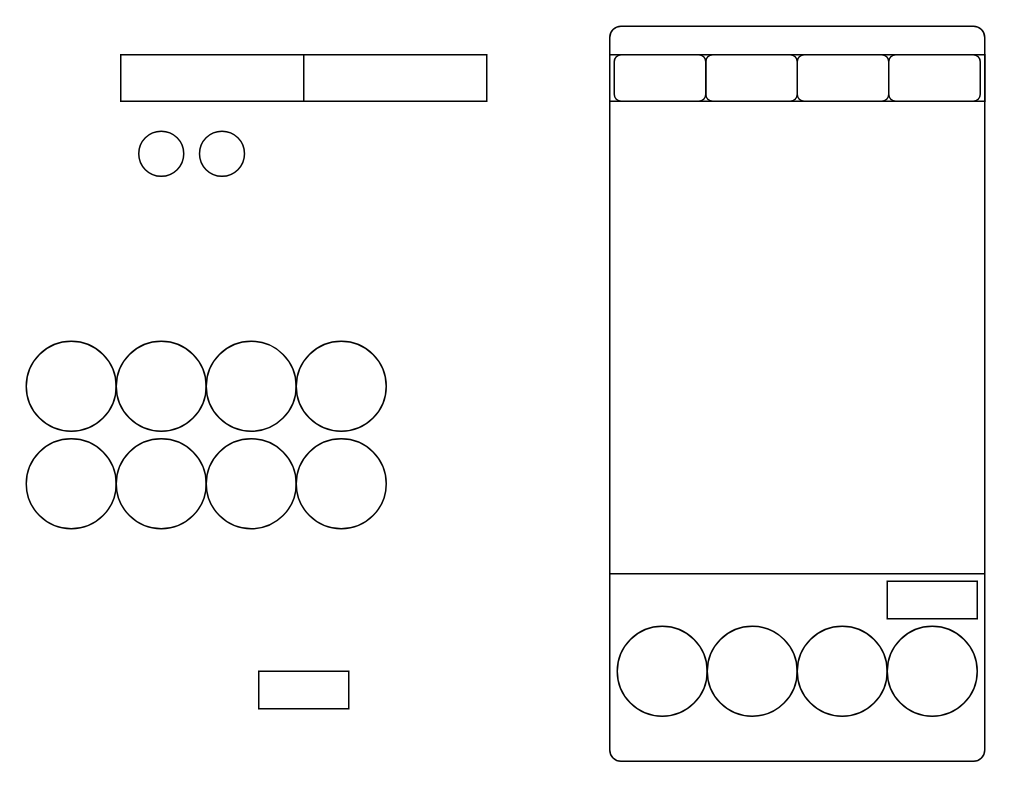
This is page "Media Scheduler" (1 of 2) of Music Flow.drawio from CorpDK/Drawing, a draw.io file, before an edit. Source tidied: cells renumbered, new cells numbered last; positions are measured from the earlier drawing's top-left corner, leaving out a move shared by most shapes. Both pictures are drawn from the tidied source at 150%, with x=0, y=0 at pixel (26, 26).
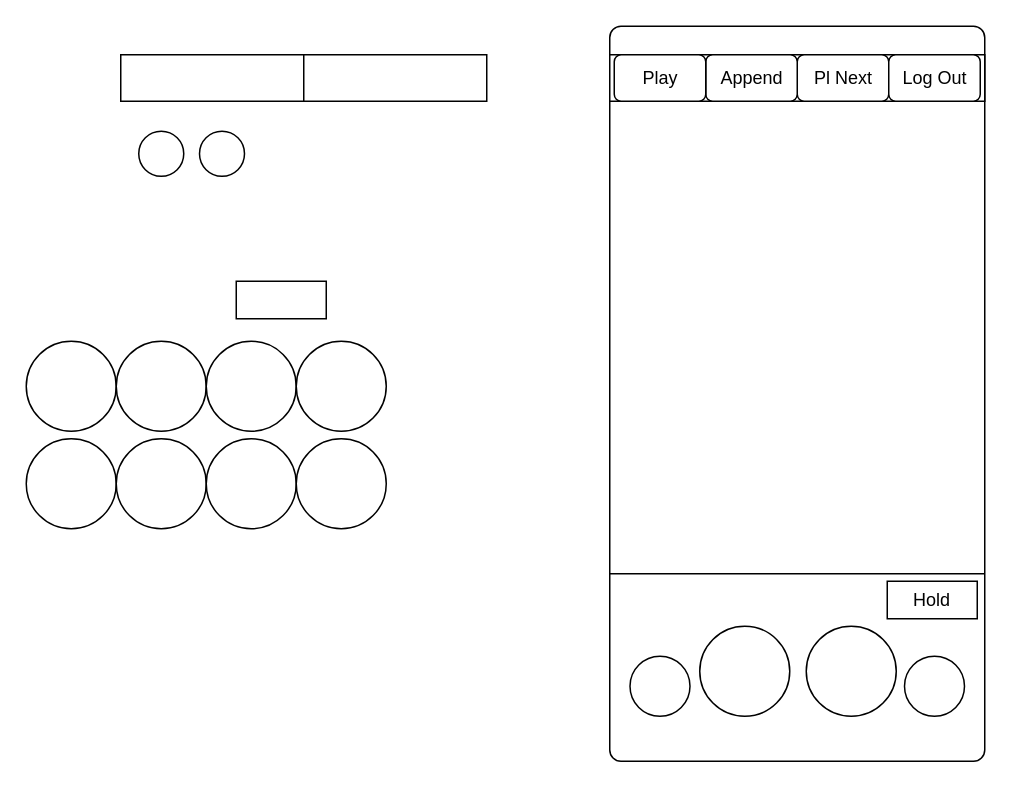
The same page after the edit.

What changed in the source:
```diff
@@
     <mxCell id="16" style="whiteSpace=wrap;html=1;rounded=1;arcSize=50;" parent="1" vertex="1">
-      <mxGeometry x="394" y="400" width="60" height="60" as="geometry" />
+      <mxGeometry x="402.5" y="420" width="40" height="40" as="geometry" />
     </mxCell>
     <mxCell id="17" style="whiteSpace=wrap;html=1;rounded=1;arcSize=50;" parent="1" vertex="1">
-      <mxGeometry x="454" y="400" width="60" height="60" as="geometry" />
+      <mxGeometry x="449" y="400" width="60" height="60" as="geometry" />
     </mxCell>
     <mxCell id="18" style="whiteSpace=wrap;html=1;rounded=1;arcSize=50;" parent="1" vertex="1">
-      <mxGeometry x="514" y="400" width="60" height="60" as="geometry" />
+      <mxGeometry x="520" y="400" width="60" height="60" as="geometry" />
     </mxCell>
     <mxCell id="19" style="whiteSpace=wrap;html=1;rounded=1;arcSize=50;" parent="1" vertex="1">
-      <mxGeometry x="574" y="400" width="60" height="60" as="geometry" />
+      <mxGeometry x="585.5" y="420" width="40" height="40" as="geometry" />
     </mxCell>
@@
     <mxCell id="21" style="rounded=0;whiteSpace=wrap;html=1;" parent="1" vertex="1">
-      <mxGeometry x="155" y="430" width="60" height="25" as="geometry" />
+      <mxGeometry x="140" y="170" width="60" height="25" as="geometry" />
     </mxCell>
@@
+    <mxCell id="28" value="Hold" style="text;html=1;strokeColor=none;fillColor=none;align=center;verticalAlign=middle;whiteSpace=wrap;rounded=0;" parent="1" vertex="1">
+      <mxGeometry x="584" y="372.5" width="40" height="20" as="geometry" />
+    </mxCell>
+    <mxCell id="29" value="Play" style="text;html=1;strokeColor=none;fillColor=none;align=center;verticalAlign=middle;whiteSpace=wrap;rounded=0;" parent="1" vertex="1">
+      <mxGeometry x="402.5" y="24.5" width="40" height="20" as="geometry" />
+    </mxCell>
+    <mxCell id="30" value="Append" style="text;html=1;strokeColor=none;fillColor=none;align=center;verticalAlign=middle;whiteSpace=wrap;rounded=0;" parent="1" vertex="1">
+      <mxGeometry x="463.5" y="24.5" width="40" height="20" as="geometry" />
+    </mxCell>
+    <mxCell id="31" value="Pl Next" style="text;html=1;strokeColor=none;fillColor=none;align=center;verticalAlign=middle;whiteSpace=wrap;rounded=0;" parent="1" vertex="1">
+      <mxGeometry x="521.8" y="24.5" width="45.5" height="20" as="geometry" />
+    </mxCell>
+    <mxCell id="32" value="Log Out" style="text;html=1;strokeColor=none;fillColor=none;align=center;verticalAlign=middle;whiteSpace=wrap;rounded=0;" parent="1" vertex="1">
+      <mxGeometry x="580.5" y="24.5" width="50" height="20" as="geometry" />
+    </mxCell>
```
